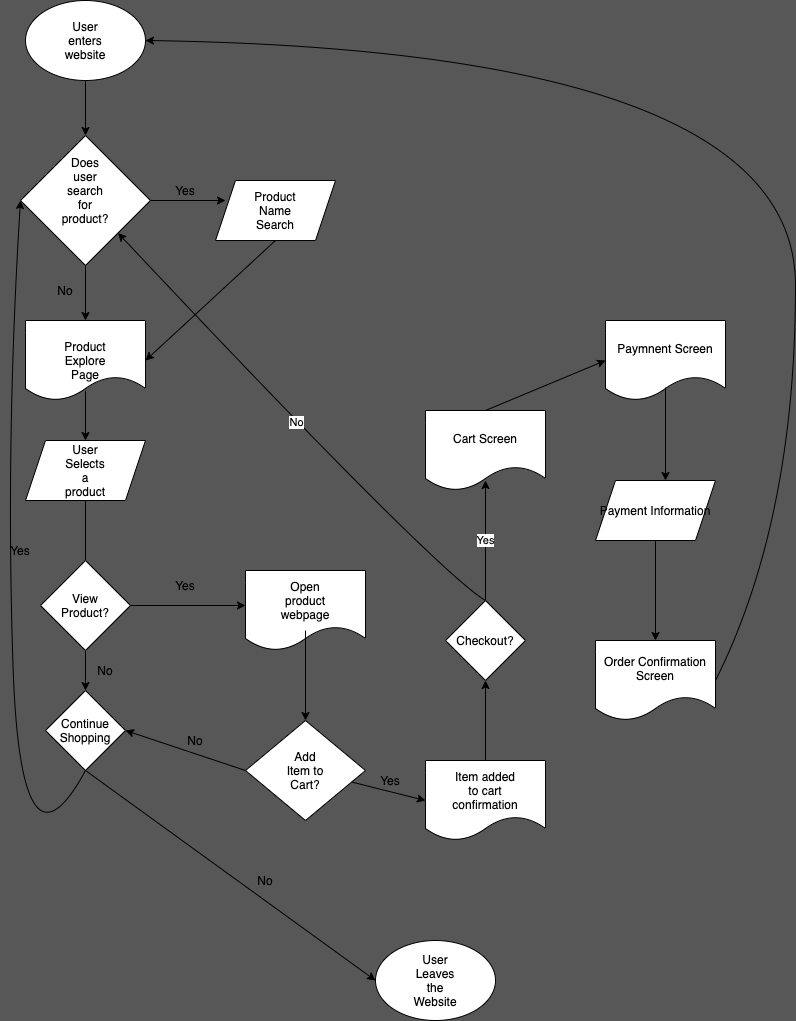
Earlier version of the draw.io export explore/diagramming/diagram.drawio.png (keskinmbaha/fa21-cse110-lab4). Source tidied: cells renumbered, new cells last; positions are measured from the earlier drawing's top-left corner, leaving out a move shared by most shapes.
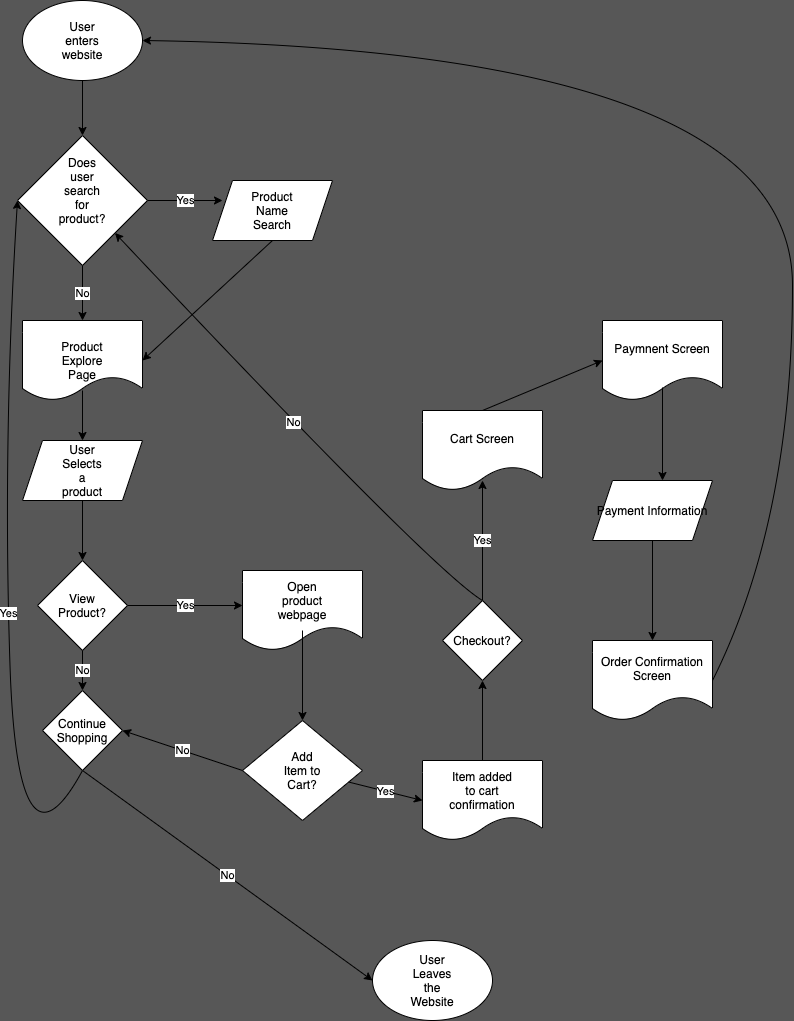
The same diagram one commit later.

Commit message:
Finished explore.

What changed in the source:
```diff
@@ -20,21 +20,18 @@
     <mxCell id="7" style="edgeStyle=orthogonalEdgeStyle;rounded=0;orthogonalLoop=1;jettySize=auto;html=1;exitX=0.5;exitY=1;exitDx=0;exitDy=0;" parent="1" edge="1" source="6" target="6">
       <mxGeometry relative="1" as="geometry" />
     </mxCell>
-    <mxCell id="8" style="endArrow=classic;html=1;exitX=1;exitY=0.5;exitDx=0;exitDy=0;" parent="1" edge="1" source="4">
+    <mxCell id="8" value="Yes" style="endArrow=classic;html=1;exitX=1;exitY=0.5;exitDx=0;exitDy=0;" parent="1" edge="1" source="4">
       <mxGeometry relative="1" as="geometry">
         <mxPoint x="225" y="200" as="targetPoint" />
       </mxGeometry>
     </mxCell>
-    <mxCell id="9" value="Yes" style="text;html=1;strokeColor=none;fillColor=none;align=center;verticalAlign=middle;whiteSpace=wrap;rounded=0;" parent="1" vertex="1">
-      <mxGeometry x="165" y="180" width="40" height="20" as="geometry" />
-    </mxCell>
     <mxCell id="10" style="shape=parallelogram;perimeter=parallelogramPerimeter;whiteSpace=wrap;html=1;fixedSize=1;" parent="1" vertex="1">
       <mxGeometry x="215" y="180" width="120" height="60" as="geometry" />
     </mxCell>
     <mxCell id="11" value="Product Name Search" style="text;html=1;strokeColor=none;fillColor=none;align=center;verticalAlign=middle;whiteSpace=wrap;rounded=0;" parent="1" vertex="1">
       <mxGeometry x="255" y="200" width="40" height="20" as="geometry" />
     </mxCell>
-    <mxCell id="12" style="endArrow=classic;html=1;exitX=0.5;exitY=1;exitDx=0;exitDy=0;" parent="1" edge="1" source="4">
+    <mxCell id="12" value="No" style="endArrow=classic;html=1;exitX=0.5;exitY=1;exitDx=0;exitDy=0;" parent="1" edge="1" source="4">
       <mxGeometry relative="1" as="geometry">
         <mxPoint x="85" y="320" as="targetPoint" />
       </mxGeometry>
@@ -42,10 +39,8 @@
     <mxCell id="13" style="endArrow=classic;html=1;exitX=0.5;exitY=1;exitDx=0;exitDy=0;entryX=1;entryY=0.5;entryDx=0;entryDy=0;" parent="1" edge="1" source="10" target="23">
       <mxGeometry relative="1" as="geometry" />
     </mxCell>
-    <mxCell id="14" style="endArrow=classic;html=1;exitX=0.5;exitY=1;exitDx=0;exitDy=0;" parent="1" edge="1" source="26">
-      <mxGeometry relative="1" as="geometry">
-        <mxPoint x="85" y="690" as="targetPoint" />
-      </mxGeometry>
+    <mxCell id="14" style="endArrow=classic;html=1;exitX=0.5;exitY=1;exitDx=0;exitDy=0;entryX=0.5;entryY=0;entryDx=0;entryDy=0;" parent="1" edge="1" source="26" target="15">
+      <mxGeometry relative="1" as="geometry" />
     </mxCell>
     <mxCell id="15" style="rhombus;whiteSpace=wrap;html=1;" parent="1" vertex="1">
       <mxGeometry x="40" y="560" width="90" height="90" as="geometry" />
@@ -53,26 +48,17 @@
     <mxCell id="16" value="View Product?" style="text;html=1;strokeColor=none;fillColor=none;align=center;verticalAlign=middle;whiteSpace=wrap;rounded=0;" parent="1" vertex="1">
       <mxGeometry x="65" y="595" width="40" height="20" as="geometry" />
     </mxCell>
-    <mxCell id="17" style="endArrow=classic;html=1;exitX=1;exitY=0.5;exitDx=0;exitDy=0;" parent="1" edge="1" source="15">
+    <mxCell id="17" value="Yes" style="endArrow=classic;html=1;exitX=1;exitY=0.5;exitDx=0;exitDy=0;" parent="1" edge="1" source="15">
       <mxGeometry relative="1" as="geometry">
         <mxPoint x="245" y="605" as="targetPoint" />
       </mxGeometry>
     </mxCell>
-    <mxCell id="18" value="Yes" style="text;html=1;strokeColor=none;fillColor=none;align=center;verticalAlign=middle;whiteSpace=wrap;rounded=0;" parent="1" vertex="1">
-      <mxGeometry x="165" y="575" width="40" height="20" as="geometry" />
-    </mxCell>
-    <mxCell id="19" value="No" style="text;html=1;strokeColor=none;fillColor=none;align=center;verticalAlign=middle;whiteSpace=wrap;rounded=0;" parent="1" vertex="1">
-      <mxGeometry x="85" y="660" width="40" height="20" as="geometry" />
-    </mxCell>
     <mxCell id="20" style="shape=document;whiteSpace=wrap;html=1;boundedLbl=1;" parent="1" vertex="1">
       <mxGeometry x="245" y="570" width="120" height="80" as="geometry" />
     </mxCell>
     <mxCell id="21" value="Open product webpage" style="text;html=1;strokeColor=none;fillColor=none;align=center;verticalAlign=middle;whiteSpace=wrap;rounded=0;" parent="1" vertex="1">
       <mxGeometry x="285" y="590" width="40" height="20" as="geometry" />
     </mxCell>
-    <mxCell id="22" value="No" style="text;html=1;strokeColor=none;fillColor=none;align=center;verticalAlign=middle;whiteSpace=wrap;rounded=0;" parent="1" vertex="1">
-      <mxGeometry x="45" y="280" width="40" height="20" as="geometry" />
-    </mxCell>
     <mxCell id="23" style="shape=document;whiteSpace=wrap;html=1;boundedLbl=1;" parent="1" vertex="1">
       <mxGeometry x="25" y="320" width="120" height="80" as="geometry" />
     </mxCell>
@@ -109,13 +95,10 @@
     <mxCell id="32" value="Continue Shopping" style="text;html=1;strokeColor=none;fillColor=none;align=center;verticalAlign=middle;whiteSpace=wrap;rounded=0;" parent="1" vertex="1">
       <mxGeometry x="65" y="720" width="40" height="20" as="geometry" />
     </mxCell>
-    <mxCell id="33" style="endArrow=classic;html=1;exitX=0;exitY=0.5;exitDx=0;exitDy=0;entryX=1;entryY=0.5;entryDx=0;entryDy=0;" parent="1" edge="1" source="29" target="31">
+    <mxCell id="33" value="No" style="endArrow=classic;html=1;exitX=0;exitY=0.5;exitDx=0;exitDy=0;entryX=1;entryY=0.5;entryDx=0;entryDy=0;" parent="1" edge="1" source="29" target="31">
       <mxGeometry relative="1" as="geometry" />
     </mxCell>
-    <mxCell id="34" value="No" style="text;html=1;strokeColor=none;fillColor=none;align=center;verticalAlign=middle;whiteSpace=wrap;rounded=0;" parent="1" vertex="1">
-      <mxGeometry x="175" y="730" width="40" height="20" as="geometry" />
-    </mxCell>
-    <mxCell id="35" style="curved=1;endArrow=classic;html=1;exitX=0.5;exitY=1;exitDx=0;exitDy=0;entryX=0;entryY=0.5;entryDx=0;entryDy=0;" parent="1" edge="1" source="31" target="4">
+    <mxCell id="35" value="Yes" style="curved=1;endArrow=classic;html=1;exitX=0.5;exitY=1;exitDx=0;exitDy=0;entryX=0;entryY=0.5;entryDx=0;entryDy=0;" parent="1" edge="1" source="31" target="4">
       <mxGeometry relative="1" as="geometry">
         <Array as="points">
           <mxPoint x="20" y="890" />
@@ -123,15 +106,9 @@
         </Array>
       </mxGeometry>
     </mxCell>
-    <mxCell id="36" value="Yes" style="text;html=1;strokeColor=none;fillColor=none;align=center;verticalAlign=middle;whiteSpace=wrap;rounded=0;" parent="1" vertex="1">
-      <mxGeometry y="540" width="40" height="20" as="geometry" />
-    </mxCell>
-    <mxCell id="37" style="endArrow=classic;html=1;entryX=0;entryY=0.5;entryDx=0;entryDy=0;" parent="1" edge="1" source="29" target="39">
+    <mxCell id="37" value="Yes" style="endArrow=classic;html=1;entryX=0;entryY=0.5;entryDx=0;entryDy=0;" parent="1" edge="1" source="29" target="39">
       <mxGeometry relative="1" as="geometry" />
     </mxCell>
-    <mxCell id="38" value="Yes" style="text;html=1;strokeColor=none;fillColor=none;align=center;verticalAlign=middle;whiteSpace=wrap;rounded=0;" parent="1" vertex="1">
-      <mxGeometry x="370" y="770" width="40" height="20" as="geometry" />
-    </mxCell>
     <mxCell id="39" style="shape=document;whiteSpace=wrap;html=1;boundedLbl=1;" parent="1" vertex="1">
       <mxGeometry x="425" y="760" width="120" height="80" as="geometry" />
     </mxCell>
@@ -141,15 +118,12 @@
     <mxCell id="41" style="ellipse;whiteSpace=wrap;html=1;" parent="1" vertex="1">
       <mxGeometry x="375" y="940" width="120" height="80" as="geometry" />
     </mxCell>
-    <mxCell id="42" style="endArrow=classic;html=1;exitX=0.5;exitY=1;exitDx=0;exitDy=0;entryX=0;entryY=0.5;entryDx=0;entryDy=0;" parent="1" edge="1" source="31" target="41">
+    <mxCell id="42" value="No" style="endArrow=classic;html=1;exitX=0.5;exitY=1;exitDx=0;exitDy=0;entryX=0;entryY=0.5;entryDx=0;entryDy=0;" parent="1" edge="1" source="31" target="41">
       <mxGeometry relative="1" as="geometry" />
     </mxCell>
     <mxCell id="43" value="User Leaves the Website" style="text;html=1;strokeColor=none;fillColor=none;align=center;verticalAlign=middle;whiteSpace=wrap;rounded=0;" parent="1" vertex="1">
       <mxGeometry x="415" y="970" width="40" height="20" as="geometry" />
     </mxCell>
-    <mxCell id="44" value="No" style="text;html=1;strokeColor=none;fillColor=none;align=center;verticalAlign=middle;whiteSpace=wrap;rounded=0;" parent="1" vertex="1">
-      <mxGeometry x="245" y="870" width="40" height="20" as="geometry" />
-    </mxCell>
     <mxCell id="45" style="endArrow=classic;html=1;exitX=0.5;exitY=0;exitDx=0;exitDy=0;" parent="1" edge="1" source="39">
       <mxGeometry relative="1" as="geometry">
         <mxPoint x="485" y="680" as="targetPoint" />
@@ -201,5 +175,8 @@
         </Array>
       </mxGeometry>
     </mxCell>
+    <mxCell id="57" value="No" style="endArrow=classic;html=1;exitX=0.5;exitY=1;exitDx=0;exitDy=0;entryX=0.5;entryY=0;entryDx=0;entryDy=0;" parent="1" edge="1" source="15" target="31">
+      <mxGeometry relative="1" as="geometry" />
+    </mxCell>
   </root>
 </mxGraphModel>
```
